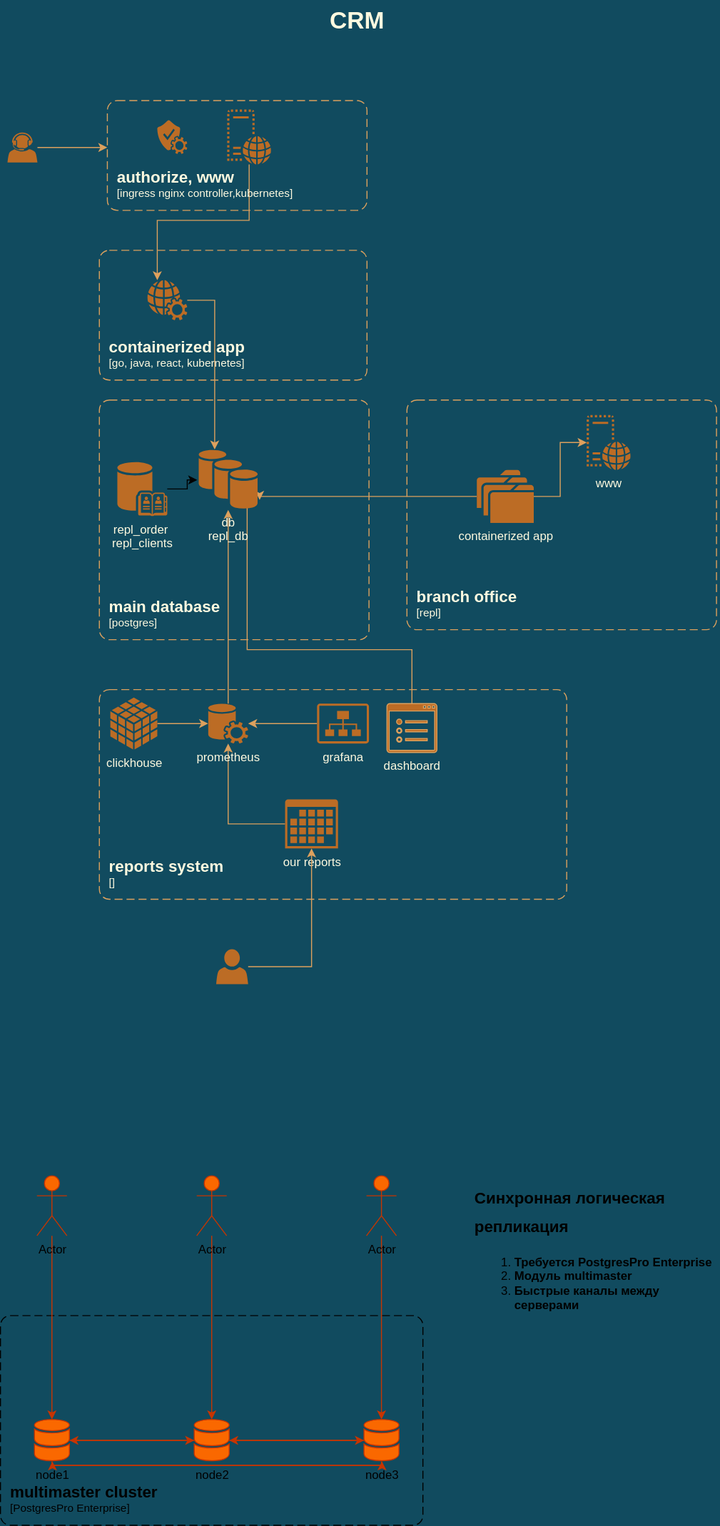
Above: arch_schem.svg in theotheo46/gb (draw.io), before the change. Source tidied: cells renumbered, new cells last; positions are measured from the earlier drawing's top-left corner, leaving out a move shared by most shapes.
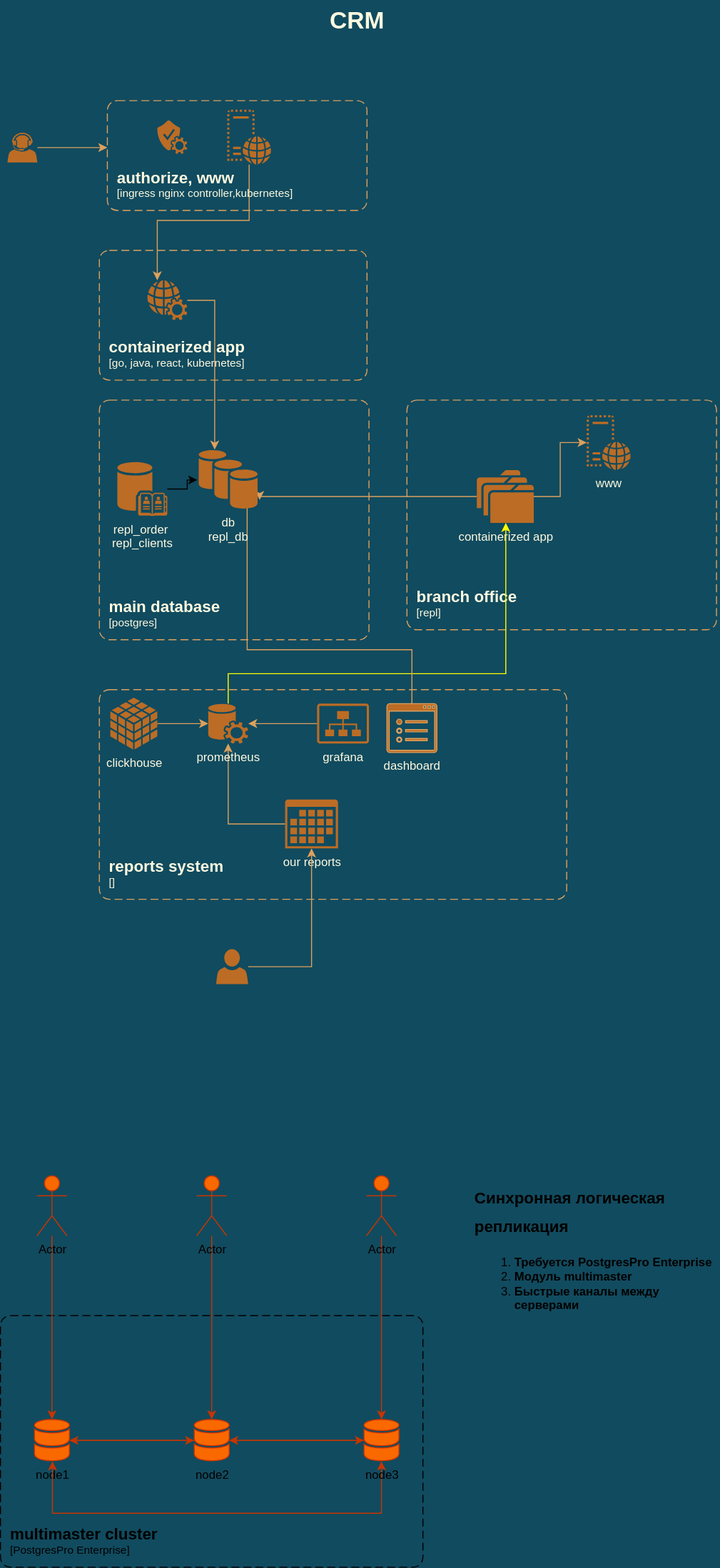
Later version of the same file.

What changed in the source:
```diff
@@ -4,7 +4,7 @@
     <mxCell id="1" parent="0" />
     <object id="2" label="&lt;font style=&quot;font-size: 16px&quot;&gt;&lt;b&gt;&lt;div style=&quot;text-align: left&quot;&gt;%c4Name%&lt;/div&gt;&lt;/b&gt;&lt;/font&gt;&lt;div style=&quot;text-align: left&quot;&gt;[%c4Application%]&lt;/div&gt;" c4Application="PostgresPro Enterprise" c4Name="multimaster cluster " c4Type="SystemScopeBoundary" placeholders="1">
       <mxCell style="rounded=1;fontSize=11;whiteSpace=wrap;html=1;dashed=1;arcSize=20;labelBackgroundColor=none;align=left;verticalAlign=bottom;labelBorderColor=none;spacingTop=0;spacing=10;dashPattern=8 4;perimeter=rectanglePerimeter;noLabel=0;labelPadding=0;absoluteArcSize=1;fillColor=none;" parent="1" vertex="1">
-        <mxGeometry y="1317" width="423" height="210" as="geometry" />
+        <mxGeometry y="1317" width="423" height="252" as="geometry" />
       </mxCell>
     </object>
     <mxCell id="3" style="edgeStyle=orthogonalEdgeStyle;rounded=0;jettySize=auto;html=1;strokeColor=#DDA15E;fontColor=#FEFAE0;fillColor=#BC6C25;" parent="1" edge="1" source="4" target="29">
@@ -105,9 +105,12 @@
     <mxCell id="27" value="grafana" style="sketch=0;shadow=0;dashed=0;html=1;strokeColor=none;fillColor=#BC6C25;labelPosition=center;verticalLabelPosition=bottom;verticalAlign=top;outlineConnect=0;align=center;shape=mxgraph.office.sites.site_collection;fontColor=#FEFAE0;" parent="1" vertex="1">
       <mxGeometry x="317" y="704" width="52" height="40" as="geometry" />
     </mxCell>
-    <mxCell id="28" style="edgeStyle=orthogonalEdgeStyle;rounded=0;jettySize=auto;html=1;labelBackgroundColor=#283618;strokeColor=#DDA15E;fontColor=#FEFAE0;" parent="1" edge="1" source="29">
+    <mxCell id="28" style="edgeStyle=orthogonalEdgeStyle;rounded=0;jettySize=auto;html=1;labelBackgroundColor=#283618;strokeColor=#FFFF00;fontColor=#FEFAE0;fillColor=#0050ef;" parent="1" edge="1" source="29" target="9">
       <mxGeometry relative="1" as="geometry">
-        <mxPoint x="228" y="510" as="targetPoint" />
+        <Array as="points">
+          <mxPoint x="228" y="674" />
+          <mxPoint x="506" y="674" />
+        </Array>
       </mxGeometry>
     </mxCell>
     <mxCell id="29" value="prometheus" style="sketch=0;shadow=0;dashed=0;html=1;strokeColor=none;fillColor=#BC6C25;labelPosition=center;verticalLabelPosition=bottom;verticalAlign=top;outlineConnect=0;align=center;shape=mxgraph.office.services.central_management_service;fontColor=#FEFAE0;" parent="1" vertex="1">
@@ -137,14 +140,6 @@
     <mxCell id="35" style="edgeStyle=orthogonalEdgeStyle;rounded=0;jettySize=auto;html=1;fillColor=#fa6800;strokeColor=#C73500;" parent="1" edge="1" source="37" target="40">
       <mxGeometry relative="1" as="geometry" />
     </mxCell>
-    <mxCell id="36" style="edgeStyle=orthogonalEdgeStyle;rounded=0;jettySize=auto;html=1;fillColor=#fa6800;strokeColor=#C73500;" parent="1" edge="1" source="37" target="43">
-      <mxGeometry relative="1" as="geometry">
-        <Array as="points">
-          <mxPoint x="52" y="1467" />
-          <mxPoint x="382" y="1467" />
-        </Array>
-      </mxGeometry>
-    </mxCell>
     <mxCell id="37" value="node1" style="sketch=0;shadow=0;dashed=0;html=1;labelPosition=center;verticalLabelPosition=bottom;verticalAlign=top;outlineConnect=0;align=center;shape=mxgraph.office.databases.database_mini_2;labelBorderColor=none;fillColor=#fa6800;strokeColor=#C73500;fontColor=#000000;" parent="1" vertex="1">
       <mxGeometry x="34" y="1421" width="35" height="42" as="geometry" />
     </mxCell>
@@ -160,11 +155,11 @@
     <mxCell id="41" style="edgeStyle=orthogonalEdgeStyle;rounded=0;jettySize=auto;html=1;fillColor=#fa6800;strokeColor=#C73500;" parent="1" edge="1" source="43" target="40">
       <mxGeometry relative="1" as="geometry" />
     </mxCell>
-    <mxCell id="42" style="edgeStyle=orthogonalEdgeStyle;rounded=0;jettySize=auto;html=1;fillColor=#fa6800;strokeColor=#C73500;" parent="1" edge="1" source="43" target="37">
+    <mxCell id="42" style="edgeStyle=orthogonalEdgeStyle;rounded=0;jettySize=auto;html=1;fillColor=#fa6800;strokeColor=#C73500;startArrow=classic;startFill=1;" parent="1" edge="1" source="43" target="37">
       <mxGeometry relative="1" as="geometry">
         <Array as="points">
-          <mxPoint x="382" y="1467" />
-          <mxPoint x="52" y="1467" />
+          <mxPoint x="382" y="1515" />
+          <mxPoint x="52" y="1515" />
         </Array>
       </mxGeometry>
     </mxCell>
@@ -190,7 +185,7 @@
       <mxGeometry x="366.5" y="1177" width="30" height="60" as="geometry" />
     </mxCell>
     <mxCell id="50" value="&lt;h1&gt;&lt;font style=&quot;font-size: 16px; line-height: 1.2;&quot;&gt;Синхронная логическая репликация&lt;/font&gt;&lt;/h1&gt;&lt;p&gt;&lt;/p&gt;&lt;ol&gt;&lt;li&gt;&lt;b&gt;Требуется PostgresPro Enterprise&lt;/b&gt;&lt;/li&gt;&lt;li&gt;&lt;b&gt;Модуль multimaster&lt;/b&gt;&lt;/li&gt;&lt;li&gt;&lt;b&gt;Быстрые каналы между серверами&lt;/b&gt;&lt;/li&gt;&lt;/ol&gt;&lt;p&gt;&lt;/p&gt;" style="text;html=1;spacing=5;spacingTop=-20;whiteSpace=wrap;overflow=hidden;rounded=0;" parent="1" vertex="1">
-      <mxGeometry x="470" y="1177" width="250" height="200" as="geometry" />
+      <mxGeometry x="470" y="1177" width="250" height="156" as="geometry" />
     </mxCell>
   </root>
 </mxGraphModel>
```
